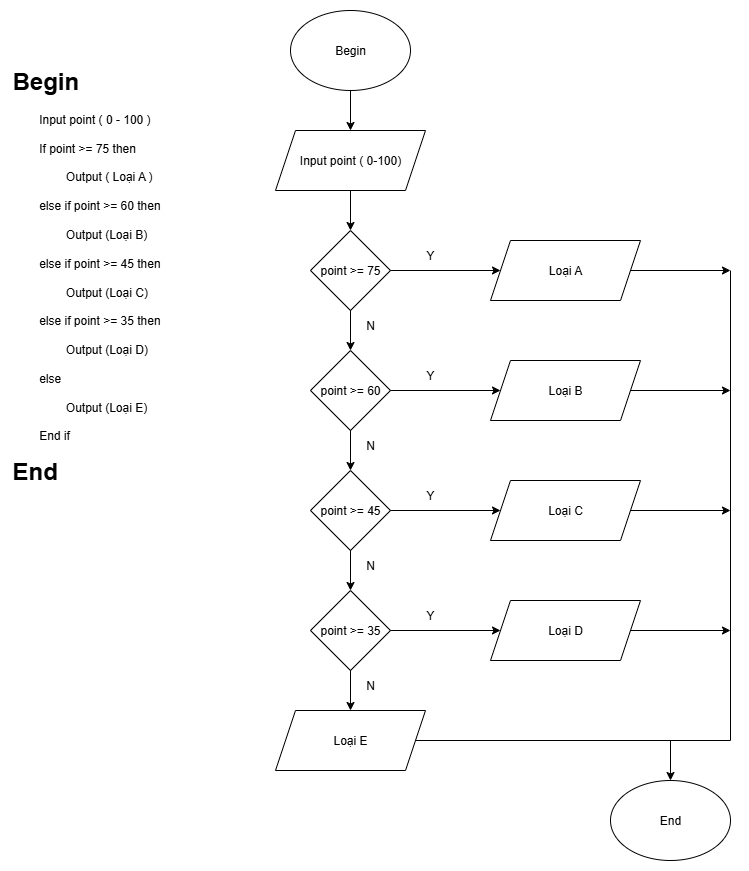
Above: ss3_ma_gia_luu_do/bai5.png in vinhdevz/C0925G1-DoThanhVinh (draw.io), before the change. Source tidied: cells renumbered, new cells last; positions are measured from the earlier drawing's top-left corner, leaving out a move shared by most shapes.
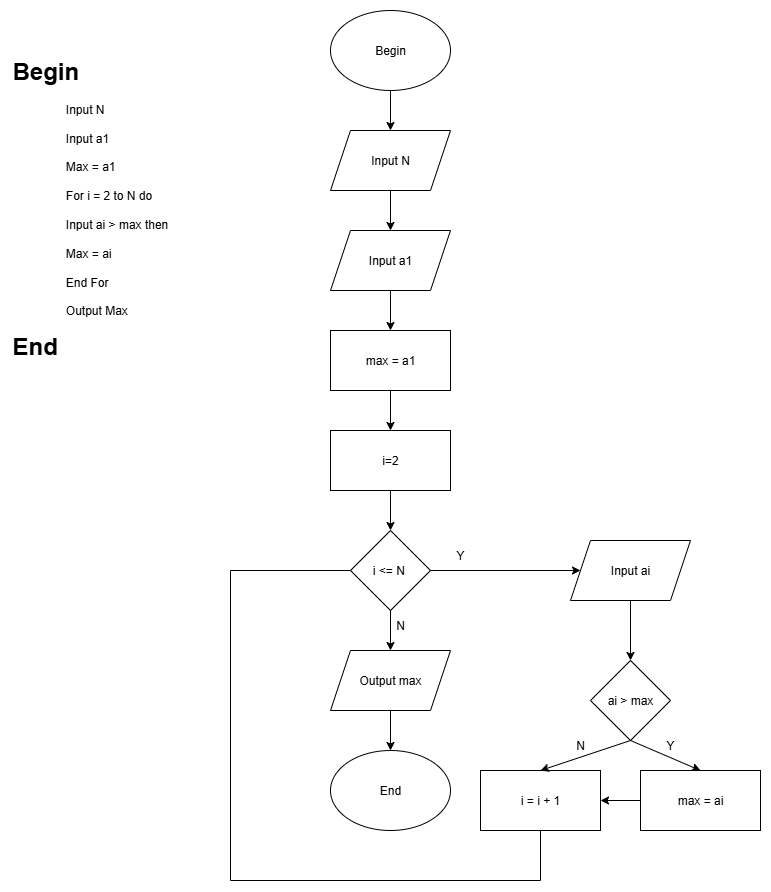
After the commit.

Commit message:
Pseudcode and flowchart3

Change to the diagram source:
```diff
@@ -2,132 +2,101 @@
   <root>
     <mxCell id="0" />
     <mxCell id="1" parent="0" />
-    <mxCell id="2" value="&lt;h1 style=&quot;margin-top: 0px;&quot;&gt;Begin&lt;/h1&gt;&lt;div&gt;&lt;span style=&quot;white-space: pre;&quot;&gt;&#9;&lt;/span&gt;Input point ( 0 - 100 )&lt;br&gt;&lt;/div&gt;&lt;div&gt;&lt;span style=&quot;white-space: pre;&quot;&gt;&#9;&lt;/span&gt;&lt;br&gt;&lt;/div&gt;&lt;div&gt;&lt;span style=&quot;white-space: pre;&quot;&gt;&#9;&lt;/span&gt;If point &amp;gt;= 75 then&lt;br&gt;&lt;br&gt;&lt;span style=&quot;white-space: pre;&quot;&gt;&#9;&lt;/span&gt;&lt;span style=&quot;white-space: pre;&quot;&gt;&#9;&lt;/span&gt;Output ( Loại A )&lt;br&gt;&lt;/div&gt;&lt;div&gt;&lt;br&gt;&lt;/div&gt;&lt;div&gt;&lt;span style=&quot;white-space: pre;&quot;&gt;&#9;&lt;/span&gt;else if point &amp;gt;= 60 then&lt;/div&gt;&lt;div&gt;&lt;br&gt;&lt;/div&gt;&lt;div&gt;&lt;span style=&quot;white-space: pre;&quot;&gt;&#9;&lt;/span&gt;&lt;span style=&quot;white-space: pre;&quot;&gt;&#9;&lt;/span&gt;Output (Loại B)&lt;br&gt;&lt;br&gt;&lt;span style=&quot;white-space: pre;&quot;&gt;&#9;&lt;/span&gt;else if point &amp;gt;= 45 then&lt;br&gt;&lt;br&gt;&lt;span style=&quot;white-space: pre;&quot;&gt;&#9;&lt;/span&gt;&lt;span style=&quot;white-space: pre;&quot;&gt;&#9;&lt;/span&gt;Output (Loại C)&lt;/div&gt;&lt;div&gt;&lt;br&gt;&lt;/div&gt;&lt;div&gt;&lt;span style=&quot;white-space: pre;&quot;&gt;&#9;&lt;/span&gt;else if point &amp;gt;= 35 then&lt;br&gt;&lt;br&gt;&lt;span style=&quot;white-space: pre;&quot;&gt;&#9;&lt;/span&gt;&lt;span style=&quot;white-space: pre;&quot;&gt;&#9;&lt;/span&gt;Output (Loại D)&lt;br&gt;&lt;br&gt;&lt;span style=&quot;white-space: pre;&quot;&gt;&#9;&lt;/span&gt;else&amp;nbsp;&lt;/div&gt;&lt;div&gt;&lt;br&gt;&lt;/div&gt;&lt;div&gt;&lt;span style=&quot;white-space: pre;&quot;&gt;&#9;&lt;/span&gt;&lt;span style=&quot;white-space: pre;&quot;&gt;&#9;&lt;/span&gt;Output (Loại E)&lt;/div&gt;&lt;div&gt;&lt;span style=&quot;white-space: pre;&quot;&gt;&#9;&lt;/span&gt;&lt;/div&gt;&lt;div&gt;&lt;span style=&quot;white-space: pre;&quot;&gt;&#9;&lt;/span&gt;End if&lt;/div&gt;&lt;div&gt;&amp;nbsp;&lt;br&gt;&lt;/div&gt;&lt;h1 style=&quot;margin-top: 0px;&quot;&gt;End&lt;/h1&gt;&lt;div&gt;&lt;br&gt;&lt;/div&gt;" style="text;html=1;whiteSpace=wrap;overflow=hidden;rounded=0;" parent="1" vertex="1">
-      <mxGeometry y="50" width="220" height="430" as="geometry" />
-    </mxCell>
     <mxCell id="3" value="Begin" style="ellipse;whiteSpace=wrap;html=1;" parent="1" vertex="1">
       <mxGeometry x="280" width="120" height="80" as="geometry" />
     </mxCell>
-    <mxCell id="4" value="Input point ( 0-100)" style="shape=parallelogram;perimeter=parallelogramPerimeter;whiteSpace=wrap;html=1;fixedSize=1;" parent="1" vertex="1">
-      <mxGeometry x="265" y="120" width="150" height="60" as="geometry" />
-    </mxCell>
-    <mxCell id="5" value="point &amp;gt;= 75" style="rhombus;whiteSpace=wrap;html=1;" parent="1" vertex="1">
-      <mxGeometry x="300" y="220" width="80" height="80" as="geometry" />
-    </mxCell>
-    <mxCell id="6" value="Loại A" style="shape=parallelogram;perimeter=parallelogramPerimeter;whiteSpace=wrap;html=1;fixedSize=1;" parent="1" vertex="1">
-      <mxGeometry x="480" y="230" width="150" height="60" as="geometry" />
-    </mxCell>
-    <mxCell id="7" value="point &amp;gt;= 60" style="rhombus;whiteSpace=wrap;html=1;" parent="1" vertex="1">
-      <mxGeometry x="300" y="340" width="80" height="80" as="geometry" />
-    </mxCell>
-    <mxCell id="8" value="point &amp;gt;= 45" style="rhombus;whiteSpace=wrap;html=1;" parent="1" vertex="1">
-      <mxGeometry x="300" y="460" width="80" height="80" as="geometry" />
-    </mxCell>
-    <mxCell id="9" value="point &amp;gt;= 35" style="rhombus;whiteSpace=wrap;html=1;" parent="1" vertex="1">
-      <mxGeometry x="300" y="580" width="80" height="80" as="geometry" />
-    </mxCell>
-    <mxCell id="10" style="endArrow=classic;html=1;rounded=0;exitX=0.5;exitY=1;exitDx=0;exitDy=0;entryX=0.5;entryY=0;entryDx=0;entryDy=0;" parent="1" edge="1" source="3" target="4">
-      <mxGeometry relative="1" as="geometry" />
-    </mxCell>
-    <mxCell id="11" style="endArrow=classic;html=1;rounded=0;exitX=0.5;exitY=1;exitDx=0;exitDy=0;entryX=0.5;entryY=0;entryDx=0;entryDy=0;" parent="1" edge="1" source="4" target="5">
-      <mxGeometry relative="1" as="geometry" />
-    </mxCell>
-    <mxCell id="12" style="endArrow=classic;html=1;rounded=0;exitX=0.5;exitY=1;exitDx=0;exitDy=0;entryX=0.5;entryY=0;entryDx=0;entryDy=0;" parent="1" edge="1" source="5" target="7">
-      <mxGeometry relative="1" as="geometry" />
-    </mxCell>
-    <mxCell id="13" style="endArrow=classic;html=1;rounded=0;exitX=0.5;exitY=1;exitDx=0;exitDy=0;entryX=0.5;entryY=0;entryDx=0;entryDy=0;" parent="1" edge="1" source="7" target="8">
-      <mxGeometry relative="1" as="geometry" />
-    </mxCell>
-    <mxCell id="14" style="endArrow=classic;html=1;rounded=0;exitX=0.5;exitY=1;exitDx=0;exitDy=0;entryX=0.5;entryY=0;entryDx=0;entryDy=0;" parent="1" edge="1" source="8" target="9">
-      <mxGeometry relative="1" as="geometry" />
-    </mxCell>
-    <mxCell id="15" style="endArrow=classic;html=1;rounded=0;exitX=1;exitY=0.5;exitDx=0;exitDy=0;entryX=0;entryY=0.5;entryDx=0;entryDy=0;" parent="1" edge="1" source="5" target="6">
-      <mxGeometry relative="1" as="geometry" />
-    </mxCell>
-    <mxCell id="16" value="Loại B" style="shape=parallelogram;perimeter=parallelogramPerimeter;whiteSpace=wrap;html=1;fixedSize=1;" parent="1" vertex="1">
-      <mxGeometry x="480" y="350" width="150" height="60" as="geometry" />
-    </mxCell>
-    <mxCell id="17" value="Loại C" style="shape=parallelogram;perimeter=parallelogramPerimeter;whiteSpace=wrap;html=1;fixedSize=1;" parent="1" vertex="1">
-      <mxGeometry x="480" y="470" width="150" height="60" as="geometry" />
-    </mxCell>
-    <mxCell id="18" value="Loại D" style="shape=parallelogram;perimeter=parallelogramPerimeter;whiteSpace=wrap;html=1;fixedSize=1;" parent="1" vertex="1">
-      <mxGeometry x="480" y="590" width="150" height="60" as="geometry" />
-    </mxCell>
-    <mxCell id="19" style="endArrow=classic;html=1;rounded=0;exitX=1;exitY=0.5;exitDx=0;exitDy=0;entryX=0;entryY=0.5;entryDx=0;entryDy=0;" parent="1" edge="1" source="7" target="16">
-      <mxGeometry relative="1" as="geometry" />
-    </mxCell>
-    <mxCell id="20" style="endArrow=classic;html=1;rounded=0;exitX=1;exitY=0.5;exitDx=0;exitDy=0;entryX=0;entryY=0.5;entryDx=0;entryDy=0;" parent="1" edge="1" source="8" target="17">
-      <mxGeometry relative="1" as="geometry" />
-    </mxCell>
-    <mxCell id="21" style="endArrow=classic;html=1;rounded=0;exitX=1;exitY=0.5;exitDx=0;exitDy=0;entryX=0;entryY=0.5;entryDx=0;entryDy=0;" parent="1" edge="1" source="9" target="18">
-      <mxGeometry relative="1" as="geometry" />
-    </mxCell>
-    <mxCell id="22" style="endArrow=classic;html=1;rounded=0;exitX=0.5;exitY=1;exitDx=0;exitDy=0;entryX=0.5;entryY=0;entryDx=0;entryDy=0;" parent="1" edge="1" source="9" target="23">
-      <mxGeometry relative="1" as="geometry" />
-    </mxCell>
-    <mxCell id="23" value="Loại E" style="shape=parallelogram;perimeter=parallelogramPerimeter;whiteSpace=wrap;html=1;fixedSize=1;" parent="1" vertex="1">
-      <mxGeometry x="265" y="700" width="150" height="60" as="geometry" />
-    </mxCell>
-    <mxCell id="24" style="endArrow=none;html=1;rounded=0;exitX=1;exitY=0.5;exitDx=0;exitDy=0;" parent="1" edge="1" source="23">
-      <mxGeometry relative="1" as="geometry">
-        <mxPoint x="720" y="260" as="targetPoint" />
-        <Array as="points">
-          <mxPoint x="720" y="730" />
-          <mxPoint x="720" y="260" />
-        </Array>
-      </mxGeometry>
-    </mxCell>
+    <mxCell id="39" value="Input N" style="shape=parallelogram;perimeter=parallelogramPerimeter;whiteSpace=wrap;html=1;fixedSize=1;" parent="1" vertex="1">
+      <mxGeometry x="280" y="120" width="120" height="60" as="geometry" />
+    </mxCell>
+    <mxCell id="40" value="Input a1" style="shape=parallelogram;perimeter=parallelogramPerimeter;whiteSpace=wrap;html=1;fixedSize=1;" parent="1" vertex="1">
+      <mxGeometry x="280" y="220" width="120" height="60" as="geometry" />
+    </mxCell>
+    <mxCell id="41" value="max = a1" style="rounded=0;whiteSpace=wrap;html=1;" parent="1" vertex="1">
+      <mxGeometry x="280" y="320" width="120" height="60" as="geometry" />
+    </mxCell>
+    <mxCell id="42" value="i=2" style="rounded=0;whiteSpace=wrap;html=1;" parent="1" vertex="1">
+      <mxGeometry x="280" y="420" width="120" height="60" as="geometry" />
+    </mxCell>
+    <mxCell id="43" value="i &amp;lt;= N&amp;nbsp;" style="rhombus;whiteSpace=wrap;html=1;" parent="1" vertex="1">
+      <mxGeometry x="300" y="520" width="80" height="80" as="geometry" />
+    </mxCell>
+    <mxCell id="44" value="Output max" style="shape=parallelogram;perimeter=parallelogramPerimeter;whiteSpace=wrap;html=1;fixedSize=1;" parent="1" vertex="1">
+      <mxGeometry x="280" y="640" width="120" height="60" as="geometry" />
+    </mxCell>
     <mxCell id="25" value="End" style="ellipse;whiteSpace=wrap;html=1;" parent="1" vertex="1">
-      <mxGeometry x="600" y="770" width="120" height="80" as="geometry" />
+      <mxGeometry x="280" y="740" width="120" height="80" as="geometry" />
     </mxCell>
-    <mxCell id="26" style="endArrow=classic;html=1;rounded=0;entryX=0.5;entryY=0;entryDx=0;entryDy=0;" parent="1" edge="1" target="25">
-      <mxGeometry relative="1" as="geometry">
-        <mxPoint x="660" y="730" as="sourcePoint" />
-      </mxGeometry>
-    </mxCell>
-    <mxCell id="27" style="endArrow=classic;html=1;rounded=0;exitX=1;exitY=0.5;exitDx=0;exitDy=0;" parent="1" edge="1" source="6">
-      <mxGeometry relative="1" as="geometry">
-        <mxPoint x="720" y="260" as="targetPoint" />
-      </mxGeometry>
-    </mxCell>
-    <mxCell id="28" style="endArrow=classic;html=1;rounded=0;exitX=1;exitY=0.5;exitDx=0;exitDy=0;" parent="1" edge="1" source="16">
-      <mxGeometry relative="1" as="geometry">
-        <mxPoint x="720" y="380" as="targetPoint" />
-      </mxGeometry>
-    </mxCell>
-    <mxCell id="29" style="endArrow=classic;html=1;rounded=0;exitX=1;exitY=0.5;exitDx=0;exitDy=0;" parent="1" edge="1" source="17">
-      <mxGeometry relative="1" as="geometry">
-        <mxPoint x="720" y="500" as="targetPoint" />
-      </mxGeometry>
-    </mxCell>
-    <mxCell id="30" style="endArrow=classic;html=1;rounded=0;exitX=1;exitY=0.5;exitDx=0;exitDy=0;" parent="1" edge="1" source="18">
-      <mxGeometry relative="1" as="geometry">
-        <mxPoint x="720" y="620" as="targetPoint" />
-      </mxGeometry>
-    </mxCell>
-    <mxCell id="31" value="Y" style="text;html=1;align=center;verticalAlign=middle;whiteSpace=wrap;rounded=0;" parent="1" vertex="1">
-      <mxGeometry x="390" y="230" width="60" height="30" as="geometry" />
-    </mxCell>
-    <mxCell id="32" value="N" style="text;html=1;align=center;verticalAlign=middle;whiteSpace=wrap;rounded=0;" parent="1" vertex="1">
-      <mxGeometry x="330" y="300" width="60" height="30" as="geometry" />
-    </mxCell>
-    <mxCell id="33" value="Y" style="text;html=1;align=center;verticalAlign=middle;whiteSpace=wrap;rounded=0;" parent="1" vertex="1">
-      <mxGeometry x="390" y="350" width="60" height="30" as="geometry" />
-    </mxCell>
-    <mxCell id="34" value="Y" style="text;html=1;align=center;verticalAlign=middle;whiteSpace=wrap;rounded=0;" parent="1" vertex="1">
-      <mxGeometry x="390" y="470" width="60" height="30" as="geometry" />
-    </mxCell>
-    <mxCell id="35" value="Y" style="text;html=1;align=center;verticalAlign=middle;whiteSpace=wrap;rounded=0;" parent="1" vertex="1">
-      <mxGeometry x="390" y="590" width="60" height="30" as="geometry" />
-    </mxCell>
-    <mxCell id="36" value="N" style="text;html=1;align=center;verticalAlign=middle;whiteSpace=wrap;rounded=0;" parent="1" vertex="1">
-      <mxGeometry x="330" y="420" width="60" height="30" as="geometry" />
-    </mxCell>
-    <mxCell id="37" value="N" style="text;html=1;align=center;verticalAlign=middle;whiteSpace=wrap;rounded=0;" parent="1" vertex="1">
-      <mxGeometry x="330" y="540" width="60" height="30" as="geometry" />
-    </mxCell>
-    <mxCell id="38" value="N" style="text;html=1;align=center;verticalAlign=middle;whiteSpace=wrap;rounded=0;" parent="1" vertex="1">
-      <mxGeometry x="330" y="660" width="60" height="30" as="geometry" />
-    </mxCell>
+    <mxCell id="45" style="endArrow=classic;html=1;rounded=0;exitX=0.5;exitY=1;exitDx=0;exitDy=0;entryX=0.5;entryY=0;entryDx=0;entryDy=0;" parent="1" edge="1" source="3" target="39">
+      <mxGeometry relative="1" as="geometry" />
+    </mxCell>
+    <mxCell id="46" style="endArrow=classic;html=1;rounded=0;exitX=0.5;exitY=1;exitDx=0;exitDy=0;entryX=0.5;entryY=0;entryDx=0;entryDy=0;" parent="1" edge="1" source="39" target="40">
+      <mxGeometry relative="1" as="geometry" />
+    </mxCell>
+    <mxCell id="47" style="endArrow=classic;html=1;rounded=0;exitX=0.5;exitY=1;exitDx=0;exitDy=0;entryX=0.5;entryY=0;entryDx=0;entryDy=0;" parent="1" edge="1" source="40" target="41">
+      <mxGeometry relative="1" as="geometry" />
+    </mxCell>
+    <mxCell id="48" style="endArrow=classic;html=1;rounded=0;exitX=0.5;exitY=1;exitDx=0;exitDy=0;entryX=0.5;entryY=0;entryDx=0;entryDy=0;" parent="1" edge="1" source="41" target="42">
+      <mxGeometry relative="1" as="geometry" />
+    </mxCell>
+    <mxCell id="49" style="endArrow=classic;html=1;rounded=0;exitX=0.5;exitY=1;exitDx=0;exitDy=0;entryX=0.5;entryY=0;entryDx=0;entryDy=0;" parent="1" edge="1" source="42" target="43">
+      <mxGeometry relative="1" as="geometry" />
+    </mxCell>
+    <mxCell id="50" value="Input ai" style="shape=parallelogram;perimeter=parallelogramPerimeter;whiteSpace=wrap;html=1;fixedSize=1;" parent="1" vertex="1">
+      <mxGeometry x="520" y="530" width="120" height="60" as="geometry" />
+    </mxCell>
+    <mxCell id="51" style="endArrow=classic;html=1;rounded=0;exitX=0.5;exitY=1;exitDx=0;exitDy=0;entryX=0.5;entryY=0;entryDx=0;entryDy=0;" parent="1" edge="1" source="43" target="44">
+      <mxGeometry relative="1" as="geometry" />
+    </mxCell>
+    <mxCell id="52" style="endArrow=classic;html=1;rounded=0;exitX=1;exitY=0.5;exitDx=0;exitDy=0;entryX=0;entryY=0.5;entryDx=0;entryDy=0;" parent="1" edge="1" source="43" target="50">
+      <mxGeometry relative="1" as="geometry" />
+    </mxCell>
+    <mxCell id="53" value="Y" style="text;html=1;align=center;verticalAlign=middle;whiteSpace=wrap;rounded=0;" parent="1" vertex="1">
+      <mxGeometry x="380" y="530" width="60" height="30" as="geometry" />
+    </mxCell>
+    <mxCell id="54" value="N" style="text;html=1;align=center;verticalAlign=middle;whiteSpace=wrap;rounded=0;" parent="1" vertex="1">
+      <mxGeometry x="320" y="600" width="60" height="30" as="geometry" />
+    </mxCell>
+    <mxCell id="55" style="endArrow=classic;html=1;rounded=0;exitX=0.5;exitY=1;exitDx=0;exitDy=0;entryX=0.5;entryY=0;entryDx=0;entryDy=0;" parent="1" edge="1" source="44" target="25">
+      <mxGeometry relative="1" as="geometry" />
+    </mxCell>
+    <mxCell id="56" value="ai &amp;gt; max" style="rhombus;whiteSpace=wrap;html=1;" parent="1" vertex="1">
+      <mxGeometry x="540" y="650" width="80" height="80" as="geometry" />
+    </mxCell>
+    <mxCell id="57" style="endArrow=classic;html=1;rounded=0;exitX=0.5;exitY=1;exitDx=0;exitDy=0;entryX=0.5;entryY=0;entryDx=0;entryDy=0;" parent="1" edge="1" source="50" target="56">
+      <mxGeometry relative="1" as="geometry" />
+    </mxCell>
+    <mxCell id="58" style="endArrow=classic;html=1;rounded=0;exitX=0.5;exitY=1;exitDx=0;exitDy=0;entryX=0.5;entryY=0;entryDx=0;entryDy=0;" parent="1" edge="1" source="56" target="59">
+      <mxGeometry relative="1" as="geometry" />
+    </mxCell>
+    <mxCell id="59" value="max = ai" style="rounded=0;whiteSpace=wrap;html=1;" parent="1" vertex="1">
+      <mxGeometry x="590" y="760" width="120" height="60" as="geometry" />
+    </mxCell>
+    <mxCell id="60" value="Y" style="text;html=1;align=center;verticalAlign=middle;whiteSpace=wrap;rounded=0;" parent="1" vertex="1">
+      <mxGeometry x="590" y="720" width="60" height="30" as="geometry" />
+    </mxCell>
+    <mxCell id="61" value="i = i + 1" style="rounded=0;whiteSpace=wrap;html=1;" parent="1" vertex="1">
+      <mxGeometry x="430" y="760" width="120" height="60" as="geometry" />
+    </mxCell>
+    <mxCell id="62" style="endArrow=classic;html=1;rounded=0;exitX=0.5;exitY=1;exitDx=0;exitDy=0;entryX=0.5;entryY=0;entryDx=0;entryDy=0;" parent="1" edge="1" source="56" target="61">
+      <mxGeometry relative="1" as="geometry" />
+    </mxCell>
+    <mxCell id="63" value="N" style="text;html=1;align=center;verticalAlign=middle;whiteSpace=wrap;rounded=0;" parent="1" vertex="1">
+      <mxGeometry x="500" y="720" width="60" height="30" as="geometry" />
+    </mxCell>
+    <mxCell id="64" style="endArrow=classic;html=1;rounded=0;exitX=0;exitY=0.5;exitDx=0;exitDy=0;entryX=1;entryY=0.5;entryDx=0;entryDy=0;" parent="1" edge="1" source="59" target="61">
+      <mxGeometry relative="1" as="geometry" />
+    </mxCell>
+    <mxCell id="65" style="endArrow=none;html=1;rounded=0;exitX=0.5;exitY=1;exitDx=0;exitDy=0;entryX=0;entryY=0.5;entryDx=0;entryDy=0;" parent="1" edge="1" source="61" target="43">
+      <mxGeometry relative="1" as="geometry">
+        <Array as="points">
+          <mxPoint x="490" y="870" />
+          <mxPoint x="180" y="870" />
+          <mxPoint x="180" y="560" />
+        </Array>
+      </mxGeometry>
+    </mxCell>
+    <mxCell id="66" value="&lt;h1 style=&quot;margin-top: 0px;&quot;&gt;Begin&lt;/h1&gt;&lt;div&gt;&lt;span style=&quot;white-space: pre;&quot;&gt;&#9;&lt;/span&gt;&lt;span style=&quot;white-space: pre;&quot;&gt;&#9;&lt;/span&gt;Input N&lt;br&gt;&lt;br&gt;&lt;span style=&quot;white-space: pre;&quot;&gt;&#9;&lt;/span&gt;&lt;span style=&quot;white-space: pre;&quot;&gt;&#9;&lt;/span&gt;Input a1&lt;br&gt;&lt;/div&gt;&lt;div&gt;&lt;br&gt;&lt;/div&gt;&lt;div&gt;&lt;span style=&quot;white-space: pre;&quot;&gt;&#9;&lt;/span&gt;&lt;span style=&quot;white-space: pre;&quot;&gt;&#9;&lt;/span&gt;Max = a1&lt;br&gt;&lt;/div&gt;&lt;div&gt;&lt;br&gt;&lt;/div&gt;&lt;div&gt;&lt;span style=&quot;white-space: pre;&quot;&gt;&#9;&lt;/span&gt;&lt;span style=&quot;white-space: pre;&quot;&gt;&#9;&lt;/span&gt;For i = 2 to N do&lt;br&gt;&lt;br&gt;&lt;span style=&quot;white-space: pre;&quot;&gt;&#9;&lt;/span&gt;&lt;span style=&quot;white-space: pre;&quot;&gt;&#9;&lt;/span&gt;Input ai &amp;gt; max then&lt;br&gt;&lt;br&gt;&lt;span style=&quot;white-space: pre;&quot;&gt;&#9;&lt;/span&gt;&lt;span style=&quot;white-space: pre;&quot;&gt;&#9;&lt;/span&gt;Max = ai&lt;br&gt;&lt;br&gt;&lt;span style=&quot;white-space: pre;&quot;&gt;&#9;&lt;/span&gt;&lt;span style=&quot;white-space: pre;&quot;&gt;&#9;&lt;/span&gt;End For&lt;br&gt;&lt;/div&gt;&lt;div&gt;&lt;span style=&quot;white-space: pre;&quot;&gt;&#9;&lt;/span&gt;&lt;span style=&quot;white-space: pre;&quot;&gt;&#9;&lt;/span&gt;&lt;br&gt;&lt;/div&gt;&lt;div&gt;&lt;span style=&quot;white-space: pre;&quot;&gt;&#9;&lt;/span&gt;&lt;span style=&quot;white-space: pre;&quot;&gt;&#9;&lt;/span&gt;Output Max&lt;/div&gt;&lt;div&gt;&lt;br&gt;&lt;/div&gt;&lt;div&gt;&lt;h1 style=&quot;margin-top: 0px;&quot;&gt;End&lt;/h1&gt;&lt;div&gt;&lt;br&gt;&lt;/div&gt;&lt;br&gt;&lt;/div&gt;&lt;p&gt;&lt;br&gt;&lt;/p&gt;" style="text;html=1;whiteSpace=wrap;overflow=hidden;rounded=0;" parent="1" vertex="1">
+      <mxGeometry x="-40" y="40" width="180" height="360" as="geometry" />
+    </mxCell>
   </root>
 </mxGraphModel>
```
